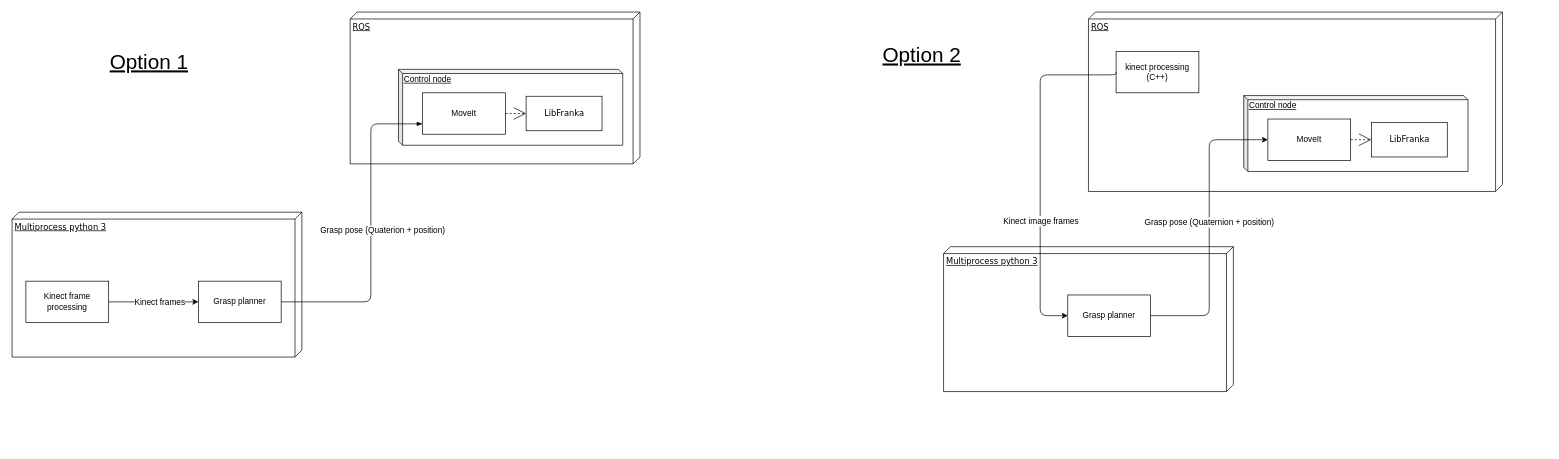
This is docsrc/source/_images/algorithm_overview.drawio from rickstaa/panda-autograsp, a draw.io file, before an edit. Source tidied: cells renumbered, new cells numbered last; positions are measured from the earlier drawing's top-left corner, leaving out a move shared by most shapes. Both pictures are drawn from the tidied source at 69%, with x=0, y=0 at pixel (12, 12).
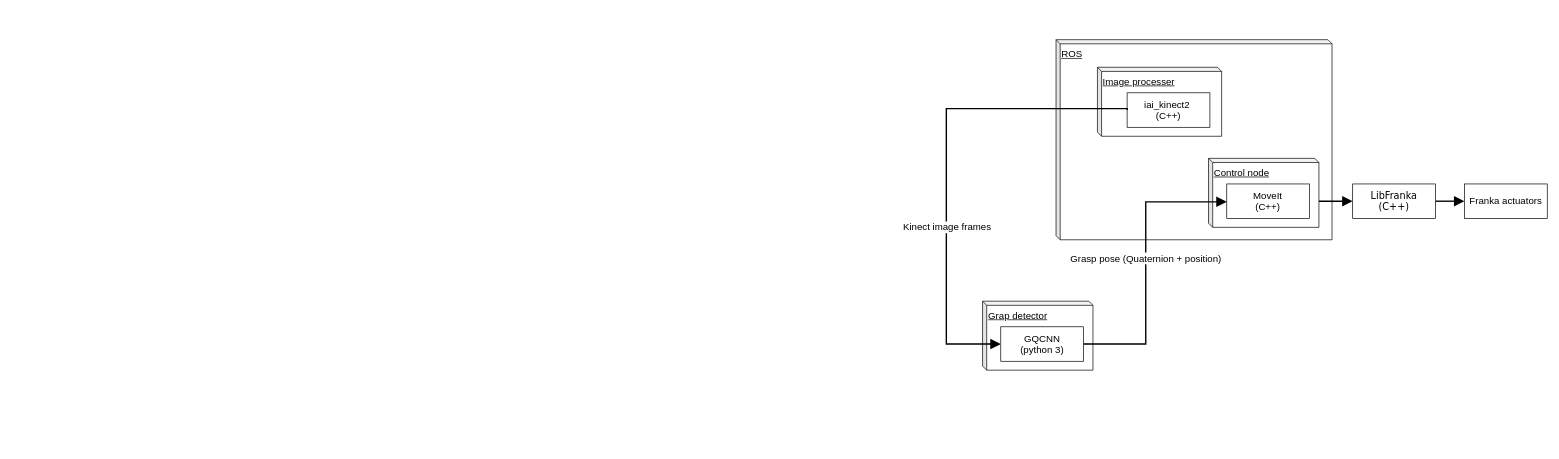
Above is the later version.

The edit, as a diff of the source:
```diff
@@
-    <mxCell id="2" value="ROS" style="verticalAlign=top;align=left;spacingTop=8;spacingLeft=2;spacingRight=12;shape=cube;size=10;direction=south;fontStyle=4;html=1;rounded=0;shadow=0;comic=0;labelBackgroundColor=none;strokeColor=#000000;strokeWidth=1;fillColor=#ffffff;fontFamily=Verdana;fontSize=12;fontColor=#000000;" parent="1" vertex="1">
-      <mxGeometry x="490" width="420" height="220" as="geometry" />
-    </mxCell>
-    <mxCell id="3" value="Multiprocess python 3" style="verticalAlign=top;align=left;spacingTop=8;spacingLeft=2;spacingRight=12;shape=cube;size=10;direction=south;fontStyle=4;html=1;rounded=0;shadow=0;comic=0;labelBackgroundColor=none;strokeColor=#000000;strokeWidth=1;fillColor=#ffffff;fontFamily=Verdana;fontSize=12;fontColor=#000000;" parent="1" vertex="1">
-      <mxGeometry y="290" width="420" height="210" as="geometry" />
-    </mxCell>
-    <mxCell id="4" style="edgeStyle=orthogonalEdgeStyle;rounded=0;html=1;dashed=1;labelBackgroundColor=none;startArrow=none;startFill=0;startSize=8;endArrow=open;endFill=0;endSize=16;fontFamily=Verdana;fontSize=12;" parent="1" edge="1">
-      <mxGeometry relative="1" as="geometry">
-        <mxPoint x="640" y="104.7" as="sourcePoint" />
-        <mxPoint x="680" y="120" as="targetPoint" />
-      </mxGeometry>
-    </mxCell>
-    <mxCell id="5" value="Grasp planner" style="rounded=0;whiteSpace=wrap;html=1;" parent="1" vertex="1">
-      <mxGeometry x="270" y="390" width="120" height="60" as="geometry" />
-    </mxCell>
-    <mxCell id="6" value="Kinect frame processing" style="rounded=0;whiteSpace=wrap;html=1;" parent="1" vertex="1">
-      <mxGeometry x="20" y="390" width="120" height="60" as="geometry" />
-    </mxCell>
-    <mxCell id="7" value="ROS" style="verticalAlign=top;align=left;spacingTop=8;spacingLeft=2;spacingRight=12;shape=cube;size=10;direction=south;fontStyle=4;html=1;rounded=0;shadow=0;comic=0;labelBackgroundColor=none;strokeColor=#000000;strokeWidth=1;fillColor=#ffffff;fontFamily=Verdana;fontSize=12;fontColor=#000000;" parent="1" vertex="1">
-      <mxGeometry x="1560" width="600" height="260" as="geometry" />
-    </mxCell>
-    <mxCell id="8" value="Multiprocess python 3" style="verticalAlign=top;align=left;spacingTop=8;spacingLeft=2;spacingRight=12;shape=cube;size=10;direction=south;fontStyle=4;html=1;rounded=0;shadow=0;comic=0;labelBackgroundColor=none;strokeColor=#000000;strokeWidth=1;fillColor=#ffffff;fontFamily=Verdana;fontSize=12;fontColor=#000000;" parent="1" vertex="1">
-      <mxGeometry x="1350" y="340" width="420" height="210" as="geometry" />
-    </mxCell>
-    <mxCell id="9" value="Grasp planner" style="rounded=0;whiteSpace=wrap;html=1;" parent="1" vertex="1">
-      <mxGeometry x="1530" y="410" width="120" height="60" as="geometry" />
-    </mxCell>
-    <mxCell id="10" value="kinect processing (C++)" style="rounded=0;whiteSpace=wrap;html=1;labelBackgroundColor=none;" parent="1" vertex="1">
-      <mxGeometry x="1600" y="57" width="120" height="60" as="geometry" />
-    </mxCell>
+    <mxCell id="29" style="group;fontSize=14;" parent="1" vertex="1">
+      <mxGeometry x="1513" y="40" width="400" height="290" as="geometry" />
+    </mxCell>
+    <mxCell id="30" style="group;fontSize=14;" parent="29" vertex="1">
+      <mxGeometry width="400" height="290" as="geometry" />
+    </mxCell>
+    <mxCell id="31" value="&lt;u style=&quot;font-size: 14px;&quot;&gt;ROS&lt;br style=&quot;font-size: 14px;&quot;&gt;&lt;br style=&quot;font-size: 14px;&quot;&gt;&lt;/u&gt;" style="shape=cube;whiteSpace=wrap;html=1;boundedLbl=1;backgroundOutline=1;darkOpacity=0.05;darkOpacity2=0.1;labelBackgroundColor=none;size=6;align=left;verticalAlign=top;fontSize=14;" parent="30" vertex="1">
+      <mxGeometry width="400" height="290" as="geometry" />
+    </mxCell>
+    <mxCell id="32" style="group;fontSize=14;" parent="1" vertex="1">
+      <mxGeometry x="1406.5" y="419" width="160" height="100" as="geometry" />
+    </mxCell>
+    <mxCell id="33" value="&lt;u&gt;Grap detector&lt;br&gt;&lt;/u&gt;" style="shape=cube;whiteSpace=wrap;html=1;boundedLbl=1;backgroundOutline=1;darkOpacity=0.05;darkOpacity2=0.1;labelBackgroundColor=none;size=6;align=left;verticalAlign=top;fontSize=14;" parent="32" vertex="1">
+      <mxGeometry width="160" height="100" as="geometry" />
+    </mxCell>
+    <mxCell id="34" value="GQCNN&lt;br&gt;(python 3)" style="rounded=0;whiteSpace=wrap;html=1;fontSize=14;" parent="32" vertex="1">
+      <mxGeometry x="26.4" y="37.1" width="120" height="50" as="geometry" />
+    </mxCell>
+    <mxCell id="35" parent="0" />
+    <mxCell id="36" style="group;fontSize=14;" parent="35" vertex="1">
+      <mxGeometry x="1313" y="80" height="349" as="geometry" />
+    </mxCell>
+    <mxCell id="37" style="group;fontSize=14;" parent="35" vertex="1">
+      <mxGeometry x="1180" y="320" width="560" height="310" as="geometry" />
+    </mxCell>
+    <mxCell id="38" style="edgeStyle=orthogonalEdgeStyle;rounded=0;jettySize=auto;html=1;labelBackgroundColor=none;startFill=0;startSize=6;endArrow=block;endFill=1;endSize=10;fontFamily=Verdana;fontSize=14;strokeWidth=2;" parent="35" edge="1" source="14" target="40">
+      <mxGeometry relative="1" as="geometry" />
+    </mxCell>
+    <mxCell id="39" style="edgeStyle=orthogonalEdgeStyle;rounded=0;jettySize=auto;html=1;labelBackgroundColor=none;startFill=0;startSize=6;endArrow=block;endFill=1;endSize=10;fontFamily=Verdana;fontSize=14;strokeWidth=2;" parent="35" edge="1" source="40" target="41">
+      <mxGeometry relative="1" as="geometry" />
+    </mxCell>
+    <mxCell id="40" value="&lt;span style=&quot;font-family: verdana; white-space: nowrap; font-size: 14px;&quot;&gt;LibFranka&lt;/span&gt;&lt;br style=&quot;font-family: verdana; white-space: nowrap; font-size: 14px;&quot;&gt;&lt;span style=&quot;font-family: verdana; white-space: nowrap; font-size: 14px;&quot;&gt;(C++)&lt;/span&gt;" style="rounded=0;whiteSpace=wrap;html=1;fontSize=14;" parent="35" vertex="1">
+      <mxGeometry x="1942.9" y="249.1" width="120" height="50" as="geometry" />
+    </mxCell>
+    <mxCell id="41" value="Franka actuators" style="rounded=0;whiteSpace=wrap;html=1;fontSize=14;" parent="35" vertex="1">
+      <mxGeometry x="2104.9" y="249.1" width="120" height="50" as="geometry" />
+    </mxCell>
+    <mxCell id="42" style="group;fontSize=14;" parent="35" vertex="1">
+      <mxGeometry x="1734" y="212" width="160" height="100" as="geometry" />
+    </mxCell>
+    <mxCell id="43" value="&lt;u style=&quot;font-size: 14px;&quot;&gt;Control node&lt;/u&gt;" style="shape=cube;whiteSpace=wrap;html=1;boundedLbl=1;backgroundOutline=1;darkOpacity=0.05;darkOpacity2=0.1;labelBackgroundColor=none;size=6;align=left;verticalAlign=top;fontSize=14;" parent="42" vertex="1">
+      <mxGeometry width="160" height="100" as="geometry" />
+    </mxCell>
+    <mxCell id="14" value="MoveIt&lt;br style=&quot;font-size: 14px;&quot;&gt;(C++)" style="rounded=0;whiteSpace=wrap;html=1;fontSize=14;" parent="42" vertex="1">
+      <mxGeometry x="26.4" y="37.1" width="120" height="50" as="geometry" />
+    </mxCell>
+    <mxCell id="44" style="group;fontSize=14;" parent="35" vertex="1">
+      <mxGeometry x="1573" y="80" width="180" height="100" as="geometry" />
+    </mxCell>
+    <mxCell id="45" value="&lt;u style=&quot;font-size: 14px;&quot;&gt;Image processer&lt;br style=&quot;font-size: 14px;&quot;&gt;&lt;/u&gt;" style="shape=cube;whiteSpace=wrap;html=1;boundedLbl=1;backgroundOutline=1;darkOpacity=0.05;darkOpacity2=0.1;labelBackgroundColor=none;size=6;align=left;verticalAlign=top;fontSize=14;" parent="44" vertex="1">
+      <mxGeometry width="180" height="100" as="geometry" />
+    </mxCell>
+    <mxCell id="46" value="iai_kinect2&amp;nbsp; &lt;br style=&quot;font-size: 14px;&quot;&gt;(C++)" style="rounded=0;whiteSpace=wrap;html=1;shadow=0;comic=0;fontSize=14;" parent="44" vertex="1">
+      <mxGeometry x="43" y="37" width="120" height="50" as="geometry" />
+    </mxCell>
+    <mxCell id="17" style="endArrow=block;html=1;edgeStyle=orthogonalEdgeStyle;jumpStyle=none;exitX=1;exitY=0.5;exitDx=0;exitDy=0;rounded=0;fontFamily=Verdana;fontSize=14;labelBackgroundColor=none;endFill=1;endSize=10;startFill=0;startArrow=none;startSize=6;strokeWidth=2;" parent="35" edge="1" source="34" target="14">
+      <mxGeometry relative="1" as="geometry">
+        <Array as="points">
+          <mxPoint x="1643" y="481" />
+          <mxPoint x="1643" y="275" />
+        </Array>
+      </mxGeometry>
+    </mxCell>
+    <mxCell id="18" value="Grasp pose (Quaternion + position)" style="text;html=1;align=center;verticalAlign=middle;labelBackgroundColor=#ffffff;fontSize=14;" parent="17" vertex="1">
+      <mxGeometry x="0.04" y="1" relative="1" as="geometry" />
+    </mxCell>
-    <mxCell id="11" style="endArrow=classic;html=1;exitX=0;exitY=0.5;exitDx=0;exitDy=0;edgeStyle=orthogonalEdgeStyle;entryX=0;entryY=0.5;entryDx=0;entryDy=0;" parent="1" edge="1" source="10" target="9">
+    <mxCell id="11" style="endArrow=block;html=1;exitX=0;exitY=0.5;exitDx=0;exitDy=0;endFill=1;edgeStyle=orthogonalEdgeStyle;startArrow=none;startFill=0;rounded=0;fontFamily=Verdana;fontSize=14;labelBackgroundColor=none;endSize=10;startSize=6;strokeWidth=2;entryX=0;entryY=0.5;entryDx=0;entryDy=0;" parent="35" edge="1" source="46" target="34">
       <mxGeometry relative="1" as="geometry">
         <Array as="points">
-          <mxPoint x="1490" y="91" />
-          <mxPoint x="1490" y="440" />
+          <mxPoint x="1616" y="140" />
+          <mxPoint x="1354" y="140" />
+          <mxPoint x="1354" y="481" />
         </Array>
       </mxGeometry>
     </mxCell>
-    <mxCell id="12" value="Kinect image frames" style="text;html=1;align=center;verticalAlign=middle;labelBackgroundColor=#ffffff;" parent="11" vertex="1">
+    <mxCell id="12" value="Kinect image frames" style="text;html=1;align=center;verticalAlign=middle;labelBackgroundColor=#ffffff;fontSize=14;" parent="11" vertex="1">
       <mxGeometry x="0.22" y="2" relative="1" as="geometry">
         <mxPoint x="-1.5" y="18" as="offset" />
       </mxGeometry>
     </mxCell>
-    <mxCell id="13" value="&lt;u&gt;Control node&lt;br&gt;&lt;br&gt;&lt;br&gt;&lt;br&gt;&lt;br&gt;&lt;br&gt;&lt;br&gt;&lt;/u&gt;" style="shape=cube;whiteSpace=wrap;html=1;boundedLbl=1;backgroundOutline=1;darkOpacity=0.05;darkOpacity2=0.1;labelBackgroundColor=none;size=6;align=left;" parent="1" vertex="1">
-      <mxGeometry x="1785" y="121" width="325" height="110" as="geometry" />
-    </mxCell>
-    <mxCell id="14" value="MoveIt&lt;br&gt;" style="rounded=0;whiteSpace=wrap;html=1;" parent="1" vertex="1">
-      <mxGeometry x="1820" y="155" width="120" height="60" as="geometry" />
-    </mxCell>
-    <mxCell id="15" value="LibFranka" style="html=1;rounded=0;shadow=0;comic=0;labelBackgroundColor=none;strokeColor=#000000;strokeWidth=1;fillColor=#ffffff;fontFamily=Verdana;fontSize=12;fontColor=#000000;align=center;" parent="1" vertex="1">
-      <mxGeometry x="1970" y="160" width="110" height="50" as="geometry" />
-    </mxCell>
-    <mxCell id="16" style="edgeStyle=orthogonalEdgeStyle;rounded=0;html=1;dashed=1;labelBackgroundColor=none;startArrow=none;startFill=0;startSize=8;endArrow=open;endFill=0;endSize=16;fontFamily=Verdana;fontSize=12;" parent="1" edge="1" source="14" target="15">
-      <mxGeometry relative="1" as="geometry" />
-    </mxCell>
-    <mxCell id="17" style="endArrow=classic;html=1;edgeStyle=orthogonalEdgeStyle;entryX=0;entryY=0.5;entryDx=0;entryDy=0;" parent="1" edge="1" source="9" target="14">
-      <mxGeometry relative="1" as="geometry" />
-    </mxCell>
-    <mxCell id="18" value="Grasp pose (Quaternion + position)" style="text;html=1;align=center;verticalAlign=middle;labelBackgroundColor=#ffffff;" parent="17" vertex="1">
-      <mxGeometry x="0.04" y="1" relative="1" as="geometry" />
-    </mxCell>
-    <mxCell id="19" value="&lt;u&gt;Control node&lt;br&gt;&lt;br&gt;&lt;br&gt;&lt;br&gt;&lt;br&gt;&lt;br&gt;&lt;br&gt;&lt;/u&gt;" style="shape=cube;whiteSpace=wrap;html=1;boundedLbl=1;backgroundOutline=1;darkOpacity=0.05;darkOpacity2=0.1;labelBackgroundColor=none;size=6;align=left;" parent="1" vertex="1">
-      <mxGeometry x="560" y="83" width="325" height="110" as="geometry" />
-    </mxCell>
-    <mxCell id="20" value="MoveIt&lt;br&gt;" style="rounded=0;whiteSpace=wrap;html=1;" parent="1" vertex="1">
-      <mxGeometry x="595" y="117" width="120" height="60" as="geometry" />
-    </mxCell>
-    <mxCell id="21" value="LibFranka" style="html=1;rounded=0;shadow=0;comic=0;labelBackgroundColor=none;strokeColor=#000000;strokeWidth=1;fillColor=#ffffff;fontFamily=Verdana;fontSize=12;fontColor=#000000;align=center;" parent="1" vertex="1">
-      <mxGeometry x="745" y="122" width="110" height="50" as="geometry" />
-    </mxCell>
-    <mxCell id="22" style="edgeStyle=orthogonalEdgeStyle;rounded=0;html=1;dashed=1;labelBackgroundColor=none;startArrow=none;startFill=0;startSize=8;endArrow=open;endFill=0;endSize=16;fontFamily=Verdana;fontSize=12;" parent="1" edge="1" source="20" target="21">
-      <mxGeometry relative="1" as="geometry" />
-    </mxCell>
-    <mxCell id="23" style="endArrow=blockThin;html=1;endFill=1;entryX=0;entryY=0.75;entryDx=0;entryDy=0;edgeStyle=orthogonalEdgeStyle;" parent="1" edge="1" source="5" target="20">
-      <mxGeometry relative="1" as="geometry">
-        <Array as="points">
-          <mxPoint x="520" y="420" />
-          <mxPoint x="520" y="162" />
-        </Array>
-      </mxGeometry>
-    </mxCell>
-    <mxCell id="24" value="Grasp pose (Quaterion + position)" style="text;html=1;align=center;verticalAlign=middle;labelBackgroundColor=#ffffff;" parent="23" vertex="1">
-      <mxGeometry x="-0.15" y="1" relative="1" as="geometry">
-        <mxPoint x="17.5" y="-37" as="offset" />
-      </mxGeometry>
-    </mxCell>
-    <mxCell id="25" style="endArrow=classic;html=1;" parent="1" edge="1" source="6" target="5">
-      <mxGeometry relative="1" as="geometry" />
-    </mxCell>
-    <mxCell id="26" value="Kinect frames" style="text;html=1;align=center;verticalAlign=middle;labelBackgroundColor=#ffffff;" parent="25" vertex="1">
-      <mxGeometry x="0.12" relative="1" as="geometry" />
-    </mxCell>
-    <mxCell id="27" value="Option 2" style="text;html=1;align=left;verticalAlign=top;spacingTop=-4;fontSize=30;fontStyle=4;" parent="1" vertex="1">
-      <mxGeometry x="1260" y="42" width="100" height="30" as="geometry" />
-    </mxCell>
-    <mxCell id="28" value="Option 1" style="text;html=1;align=left;verticalAlign=top;spacingTop=-4;fontSize=30;fontStyle=4;" parent="1" vertex="1">
-      <mxGeometry x="140" y="52" width="100" height="30" as="geometry" />
-    </mxCell>
```
